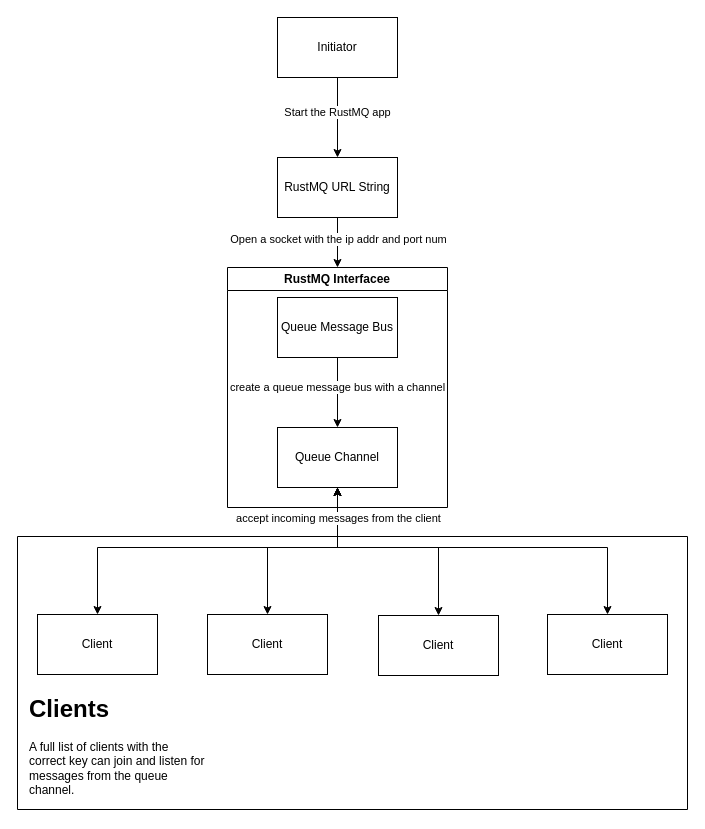
arielayb/golang-rust-message-bus keeps this draw.io diagram as asset/RustyMQDiagrams.drawio. Above is the earlier version. Source tidied: cells renumbered, new cells numbered last; positions are measured from the earlier drawing's top-left corner, leaving out a move shared by most shapes. Both pictures are drawn from the tidied source at 100%, with x=0, y=0 at pixel (17, 17).
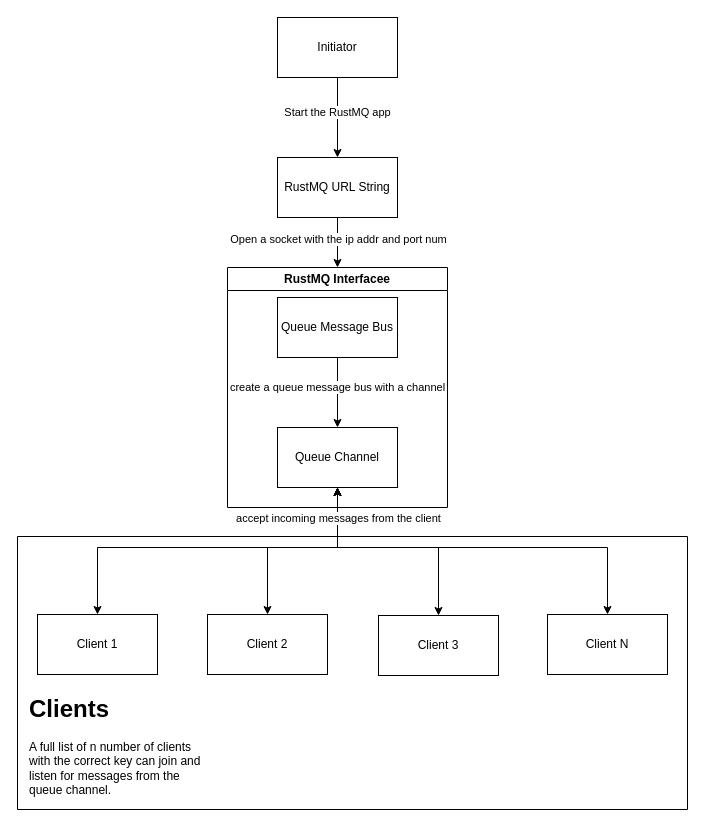
The same diagram, later.

The change refers to these unchanged cells:
```xml
<mxCell id="21" style="swimlane;startSize=0;" parent="1" vertex="1">
  <mxGeometry y="519" width="670" height="273" as="geometry" />
</mxCell>
```

What changed in the source:
```diff
@@
-    <mxCell id="8" value="Client" style="rounded=0;whiteSpace=wrap;html=1;" parent="1" vertex="1">
+    <mxCell id="8" value="Client 1" style="rounded=0;whiteSpace=wrap;html=1;" parent="1" vertex="1">
       <mxGeometry x="20" y="597" width="120" height="60" as="geometry" />
     </mxCell>
@@
-    <mxCell id="15" value="Client" style="rounded=0;whiteSpace=wrap;html=1;" parent="1" vertex="1">
+    <mxCell id="15" value="Client 2" style="rounded=0;whiteSpace=wrap;html=1;" parent="1" vertex="1">
       <mxGeometry x="190" y="597" width="120" height="60" as="geometry" />
     </mxCell>
@@
-    <mxCell id="17" value="Client" style="rounded=0;whiteSpace=wrap;html=1;" parent="1" vertex="1">
+    <mxCell id="17" value="Client 3" style="rounded=0;whiteSpace=wrap;html=1;" parent="1" vertex="1">
       <mxGeometry x="361" y="598" width="120" height="60" as="geometry" />
     </mxCell>
@@
-    <mxCell id="20" value="Client" style="rounded=0;whiteSpace=wrap;html=1;" parent="1" vertex="1">
+    <mxCell id="20" value="Client N" style="rounded=0;whiteSpace=wrap;html=1;" parent="1" vertex="1">
       <mxGeometry x="530" y="597" width="120" height="60" as="geometry" />
     </mxCell>
@@
-    <mxCell id="22" value="&lt;h1 style=&quot;margin-top: 0px;&quot;&gt;Clients&lt;br&gt;&lt;/h1&gt;&lt;div&gt;A full list of clients with the correct key can join and listen for messages from the queue channel.&lt;/div&gt;" style="text;html=1;whiteSpace=wrap;overflow=hidden;rounded=0;" parent="21" vertex="1">
+    <mxCell id="22" value="&lt;h1 style=&quot;margin-top: 0px;&quot;&gt;Clients&lt;br&gt;&lt;/h1&gt;&lt;div&gt;A full list of n number of clients with the correct key can join and listen for messages from the queue channel.&lt;/div&gt;" style="text;html=1;whiteSpace=wrap;overflow=hidden;rounded=0;" parent="21" vertex="1">
       <mxGeometry x="10" y="152" width="180" height="120" as="geometry" />
     </mxCell>
```
